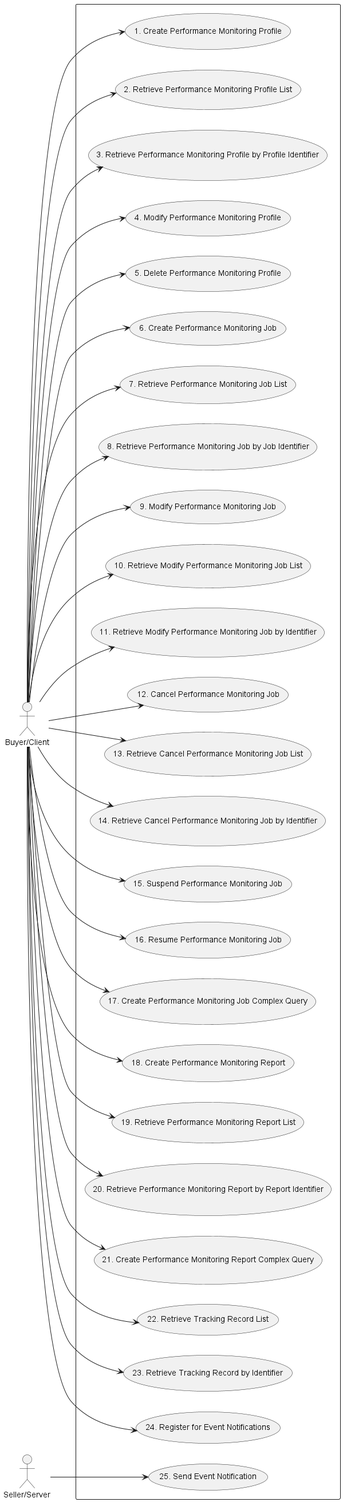
MEF-GIT/MEF-LSO-Legato-SDK keeps this PlantUML diagram as documentation/serviceApi/pm/performance/media/pmUsecases.png. Above is the earlier version.
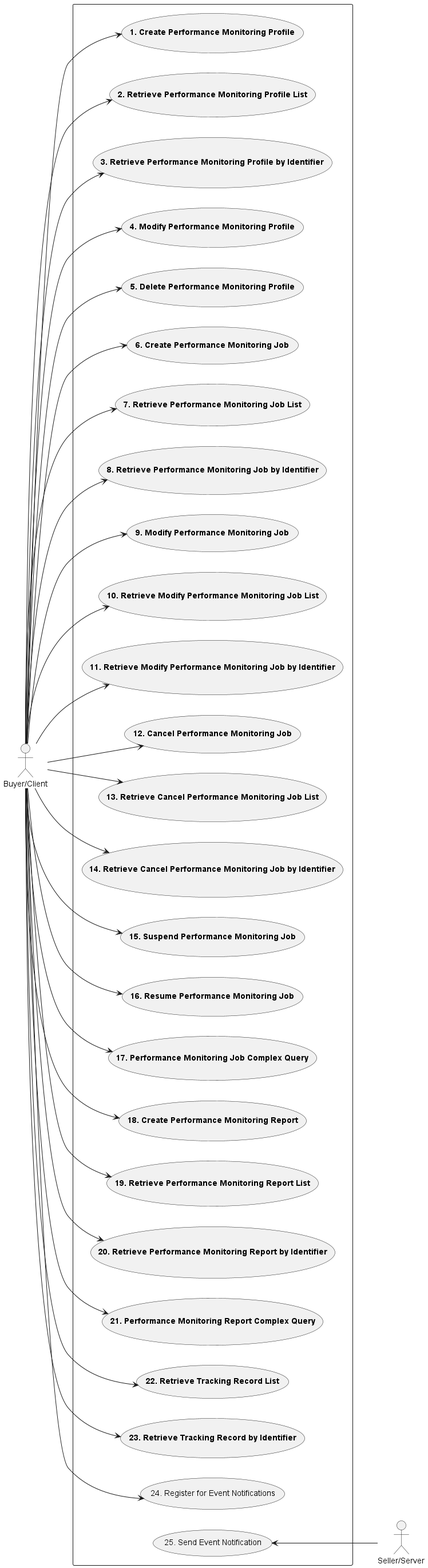
The same diagram one commit later.

Change to the diagram source:
```diff
@@ -6,29 +6,29 @@
 actor "Seller/Server" as S
 
 rectangle {
-Usecase UC1 as "1. Create Performance Monitoring Profile"
-Usecase UC2 as "2. Retrieve Performance Monitoring Profile List"
-Usecase UC3 as "3. Retrieve Performance Monitoring Profile by Profile Identifier"
-Usecase UC4 as "4. Modify Performance Monitoring Profile"
-Usecase UC5 as "5. Delete Performance Monitoring Profile"
-Usecase UC6 as "6. Create Performance Monitoring Job"
-Usecase UC7 as "7. Retrieve Performance Monitoring Job List"
-Usecase UC8 as "8. Retrieve Performance Monitoring Job by Job Identifier"
-Usecase UC9 as "9. Modify Performance Monitoring Job"
-Usecase UC10 as "10. Retrieve Modify Performance Monitoring Job List"
-Usecase UC11 as "11. Retrieve Modify Performance Monitoring Job by Identifier"
-Usecase UC12 as "12. Cancel Performance Monitoring Job"
-Usecase UC13 as "13. Retrieve Cancel Performance Monitoring Job List"
-Usecase UC14 as "14. Retrieve Cancel Performance Monitoring Job by Identifier"
-Usecase UC15 as "15. Suspend Performance Monitoring Job"
-Usecase UC16 as "16. Resume Performance Monitoring Job"
-Usecase UC17 as "17. Create Performance Monitoring Job Complex Query"
-Usecase UC18 as "18. Create Performance Monitoring Report"
-Usecase UC19 as "19. Retrieve Performance Monitoring Report List"
-Usecase UC20 as "20. Retrieve Performance Monitoring Report by Report Identifier"
-Usecase UC21 as "21. Create Performance Monitoring Report Complex Query"
-Usecase UC22 as "22. Retrieve Tracking Record List"
-Usecase UC23 as "23. Retrieve Tracking Record by Identifier"
+Usecase UC1 as "**1. Create Performance Monitoring Profile**"
+Usecase UC2 as "**2. Retrieve Performance Monitoring Profile List**"
+Usecase UC3 as "**3. Retrieve Performance Monitoring Profile by Identifier**"
+Usecase UC4 as "**4. Modify Performance Monitoring Profile**"
+Usecase UC5 as "**5. Delete Performance Monitoring Profile**"
+Usecase UC6 as "**6. Create Performance Monitoring Job**"
+Usecase UC7 as "**7. Retrieve Performance Monitoring Job List**"
+Usecase UC8 as "**8. Retrieve Performance Monitoring Job by Identifier**"
+Usecase UC9 as "**9. Modify Performance Monitoring Job**"
+Usecase UC10 as "**10. Retrieve Modify Performance Monitoring Job List**"
+Usecase UC11 as "**11. Retrieve Modify Performance Monitoring Job by Identifier**"
+Usecase UC12 as "**12. Cancel Performance Monitoring Job**"
+Usecase UC13 as "**13. Retrieve Cancel Performance Monitoring Job List**"
+Usecase UC14 as "**14. Retrieve Cancel Performance Monitoring Job by Identifier**"
+Usecase UC15 as "**15. Suspend Performance Monitoring Job**"
+Usecase UC16 as "**16. Resume Performance Monitoring Job**"
+Usecase UC17 as "**17. Performance Monitoring Job Complex Query**"
+Usecase UC18 as "**18. Create Performance Monitoring Report**"
+Usecase UC19 as "**19. Retrieve Performance Monitoring Report List**"
+Usecase UC20 as "**20. Retrieve Performance Monitoring Report by Identifier**"
+Usecase UC21 as "**21. Performance Monitoring Report Complex Query**"
+Usecase UC22 as "**22. Retrieve Tracking Record List**"
+Usecase UC23 as "**23. Retrieve Tracking Record by Identifier**"
 Usecase UC24 as "24. Register for Event Notifications"
 Usecase UC25 as "25. Send Event Notification"
 }
@@ -57,6 +57,6 @@
 B --> UC22
 B --> UC23
 B --> UC24
-S --> UC25
+UC25 <-- S
 
 @enduml
```
